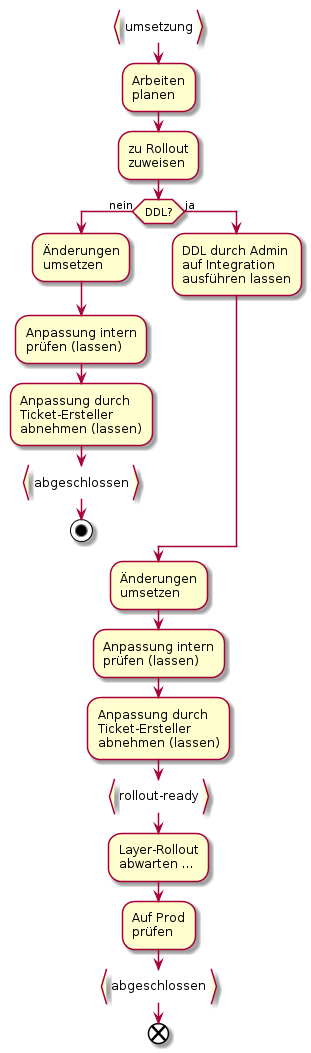
ojeker/docktick keeps this PlantUML diagram as puml_output/flow_rollout.png. Above is the earlier version.
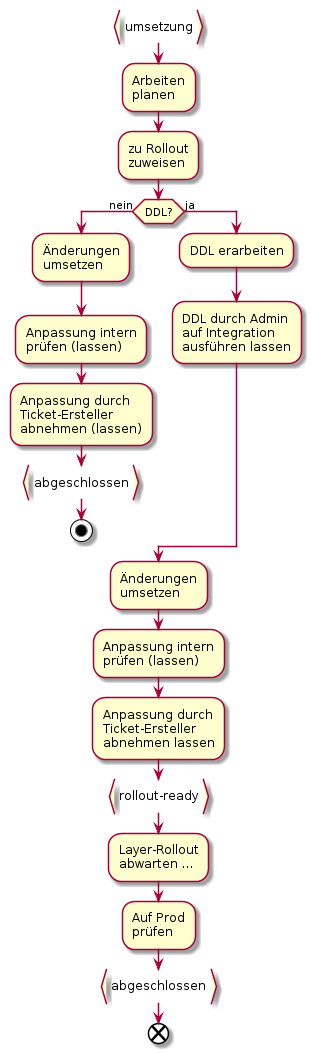
After the commit.

Commit message:
Skript: PUML-Diagramme regeneriert und beigefügt

Diff of the diagram source:
```diff
@@ -20,6 +20,7 @@
   :abgeschlossen}
   stop
 else (ja)
+  :DDL erarbeiten;
   :DDL durch Admin
   auf Integration
   ausführen lassen;
@@ -33,7 +34,7 @@
 prüfen (lassen);
 :Anpassung durch
 Ticket-Ersteller
-abnehmen (lassen);
+abnehmen lassen;
 :rollout-ready}
 
 :Layer-Rollout
```
